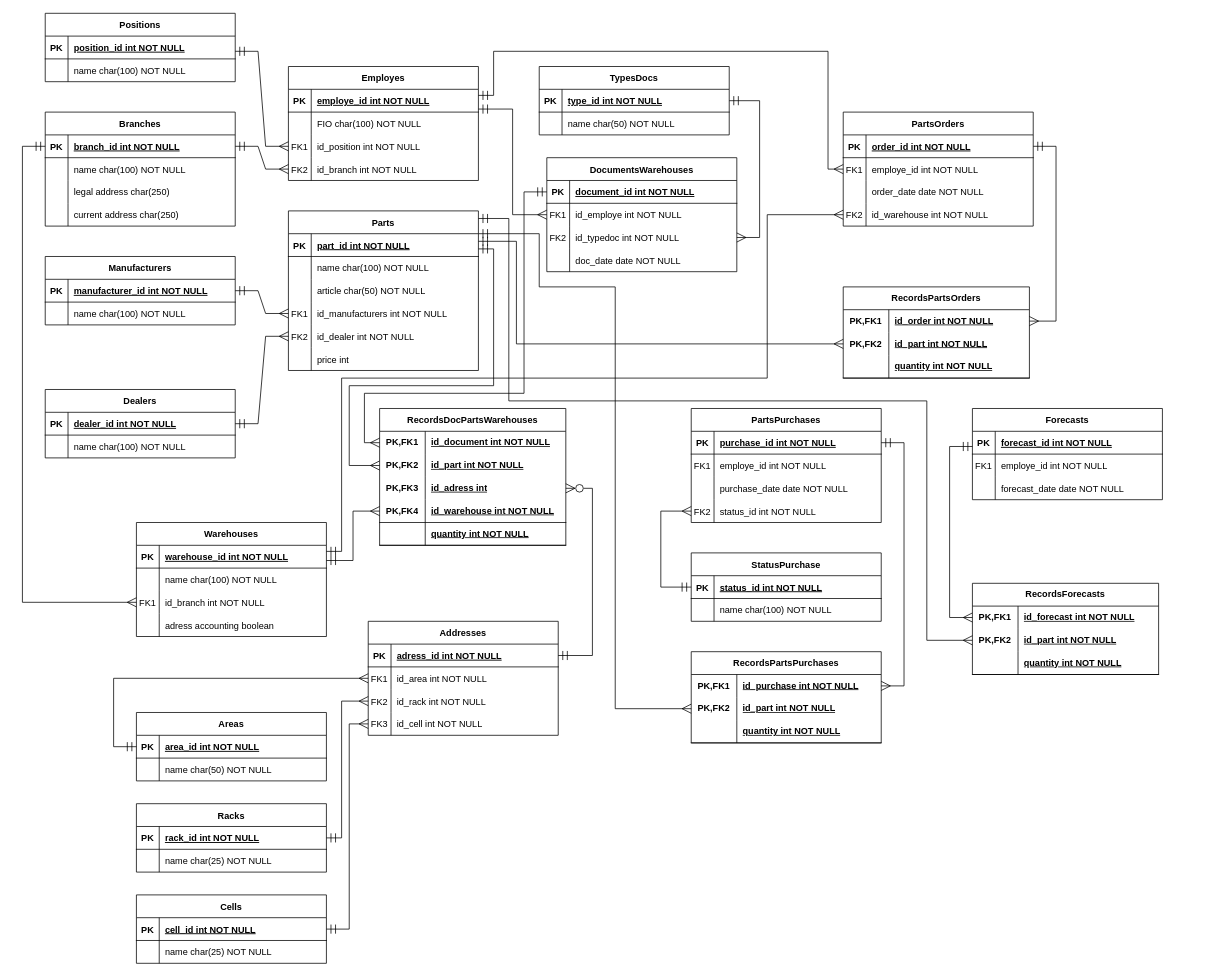
This is ER diagram.drawio from aapoplavskii/Project_Otus_SA, a draw.io file, before an edit. Source tidied: cells renumbered, new cells numbered last; positions are measured from the earlier drawing's top-left corner, leaving out a move shared by most shapes. Both pictures are drawn from the tidied source at 76%, with x=0, y=0 at pixel (22, 13).
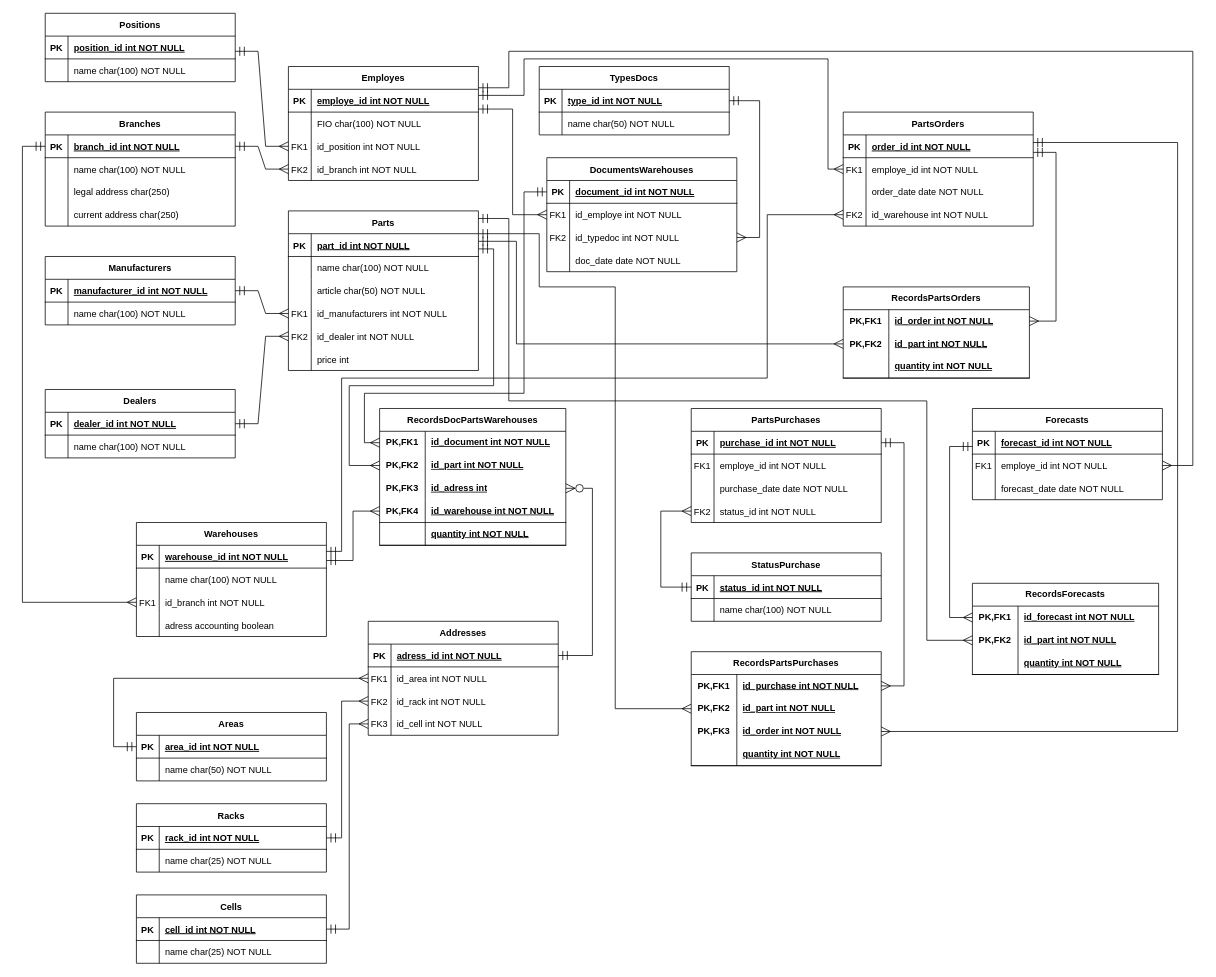
Above is the later version.

Commit message (it also covers changes not shown here):
добавил зависимость между заказом и закупкой ER и словарь данных

Unchanged cells that the change refers to:
```xml
<mxCell id="3" style="shape=partialRectangle;fillColor=none;points=[[0,0.5],[1,0.5]];portConstraint=eastwest;top=0;left=0;right=0;bottom=1;" parent="2" vertex="1">
  <mxGeometry y="30" width="250" height="30" as="geometry" />
</mxCell>
<mxCell id="6" style="shape=partialRectangle;fillColor=none;points=[[0,0.5],[1,0.5]];portConstraint=eastwest;top=0;left=0;right=0;bottom=0;" parent="2" vertex="1">
  <mxGeometry y="60" width="250" height="30" as="geometry" />
</mxCell>
<mxCell id="16" style="shape=partialRectangle;fillColor=none;points=[[0,0.5],[1,0.5]];portConstraint=eastwest;top=0;left=0;right=0;bottom=1;" parent="15" vertex="1">
  <mxGeometry y="30" width="250" height="30" as="geometry" />
</mxCell>
<mxCell id="181" style="shape=tableRow;horizontal=0;startSize=0;swimlaneHead=0;swimlaneBody=0;fillColor=none;points=[[0,0.5],[1,0.5]];portConstraint=eastwest;top=0;left=0;right=0;bottom=0;html=1;" parent="180" vertex="1">
  <mxGeometry y="30" width="245" height="30" as="geometry" />
</mxCell>
<mxCell id="221" style="shape=partialRectangle;fillColor=none;points=[[0,0.5],[1,0.5]];portConstraint=eastwest;top=0;left=0;right=0;bottom=0;" parent="217" vertex="1">
  <mxGeometry y="60" width="250" height="30" as="geometry" />
</mxCell>
```

Diff of the diagram source:
```diff
@@
     <mxCell id="178" style="fontSize=12;html=1;endArrow=ERmany;startArrow=ERmandOne;rounded=0;endSize=10;startSize=10;endFill=0;entryX=0;entryY=0.5;entryDx=0;entryDy=0;exitX=1;exitY=0.267;exitDx=0;exitDy=0;exitPerimeter=0;edgeStyle=orthogonalEdgeStyle;" parent="1" edge="1" source="16" target="6">
       <mxGeometry relative="1" as="geometry">
         <Array as="points">
-          <mxPoint x="620" y="108" />
-          <mxPoint x="620" y="50" />
-          <mxPoint x="1060" y="50" />
+          <mxPoint x="660" y="108" />
+          <mxPoint x="660" y="60" />
+          <mxPoint x="1060" y="60" />
           <mxPoint x="1060" y="205" />
         </Array>
       </mxGeometry>
     </mxCell>
@@
-    <mxCell id="190" style="fontSize=12;html=1;endArrow=ERmany;startArrow=ERmandOne;rounded=0;exitX=1;exitY=0.5;exitDx=0;exitDy=0;endSize=10;startSize=10;endFill=0;entryX=1;entryY=0.5;entryDx=0;entryDy=0;edgeStyle=orthogonalEdgeStyle;" parent="1" edge="1" source="3" target="181">
+    <mxCell id="190" style="fontSize=12;html=1;endArrow=ERmany;startArrow=ERmandOne;rounded=0;endSize=10;startSize=10;endFill=0;entryX=1;entryY=0.5;entryDx=0;entryDy=0;edgeStyle=orthogonalEdgeStyle;" parent="1" edge="1" source="3" target="181">
       <mxGeometry relative="1" as="geometry">
         <Array as="points">
-          <mxPoint x="1360" y="175" />
+          <mxPoint x="1360" y="183" />
           <mxPoint x="1360" y="405" />
         </Array>
       </mxGeometry>
     </mxCell>
@@
     <mxCell id="205" value="RecordsPartsPurchases" style="shape=table;startSize=30;childLayout=tableLayout;rowLines=0;fontStyle=1;align=center;html=1;whiteSpace=wrap;" parent="1" vertex="1">
-      <mxGeometry x="880" y="840" width="250" height="120" as="geometry" />
+      <mxGeometry x="880" y="840" width="250" height="150" as="geometry" />
     </mxCell>
@@
+    <mxCell id="247" style="shape=tableRow;horizontal=0;startSize=0;swimlaneHead=0;swimlaneBody=0;fillColor=none;points=[[0,0.5],[1,0.5]];portConstraint=eastwest;top=0;left=0;right=0;bottom=0;html=1;" parent="205" vertex="1">
+      <mxGeometry y="90" width="250" height="30" as="geometry" />
+    </mxCell>
+    <mxCell id="248" value="PK,FK3" style="shape=partialRectangle;fillColor=none;top=0;left=0;bottom=0;right=0;fontStyle=1;overflow=hidden;html=1;whiteSpace=wrap;" parent="247" vertex="1">
+      <mxGeometry width="60" height="30" as="geometry" />
+    </mxCell>
+    <mxCell id="249" value="id_order int NOT NULL" style="shape=partialRectangle;fillColor=none;top=0;left=0;bottom=0;right=0;align=left;spacingLeft=6;fontStyle=5;overflow=hidden;html=1;whiteSpace=wrap;" parent="247" vertex="1">
+      <mxGeometry x="60" width="190" height="30" as="geometry" />
+    </mxCell>
     <mxCell id="212" style="shape=tableRow;horizontal=0;startSize=0;swimlaneHead=0;swimlaneBody=0;fillColor=none;top=0;left=0;right=0;bottom=1;html=1;" parent="205" vertex="1">
-      <mxGeometry y="90" width="250" height="30" as="geometry" />
+      <mxGeometry y="120" width="250" height="30" as="geometry" />
     </mxCell>
@@
+    <mxCell id="250" style="fontSize=12;html=1;endArrow=ERmany;startArrow=ERmandOne;rounded=0;endSize=10;startSize=10;endFill=0;entryX=1;entryY=0.5;entryDx=0;entryDy=0;edgeStyle=orthogonalEdgeStyle;" parent="1" edge="1" target="247">
+      <mxGeometry relative="1" as="geometry">
+        <mxPoint x="1330" y="170" as="sourcePoint" />
+        <Array as="points">
+          <mxPoint x="1520" y="170" />
+          <mxPoint x="1520" y="945" />
+        </Array>
+      </mxGeometry>
+    </mxCell>
+    <mxCell id="251" style="fontSize=12;html=1;endArrow=ERmany;startArrow=ERmandOne;rounded=0;endSize=10;startSize=10;endFill=0;entryX=1;entryY=0.5;entryDx=0;entryDy=0;exitX=1;exitY=0.267;exitDx=0;exitDy=0;exitPerimeter=0;edgeStyle=orthogonalEdgeStyle;" parent="1" edge="1" target="221">
+      <mxGeometry relative="1" as="geometry">
+        <mxPoint x="600" y="98" as="sourcePoint" />
+        <Array as="points">
+          <mxPoint x="640" y="98" />
+          <mxPoint x="640" y="50" />
+          <mxPoint x="1540" y="50" />
+          <mxPoint x="1540" y="595" />
+        </Array>
+      </mxGeometry>
+    </mxCell>
```
